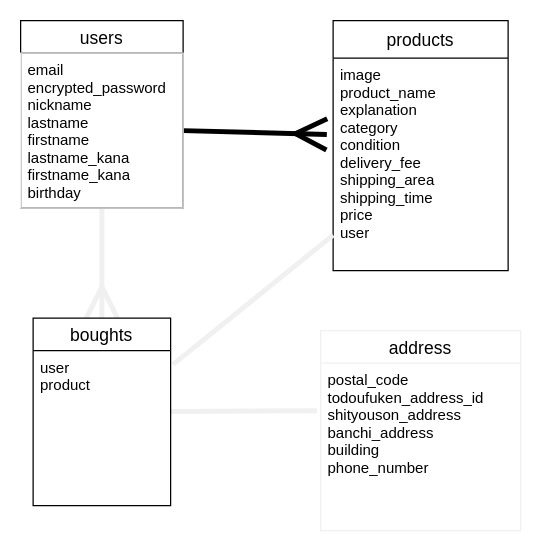
Earlier version of the draw.io diagram furima.dio (shintarou-satou/furima-31153). Source tidied: cells renumbered, new cells numbered last; positions are measured from the earlier drawing's top-left corner, leaving out a move shared by most shapes. Both pictures are drawn from the tidied source at 125%, with x=0, y=0 at pixel (20, 20).
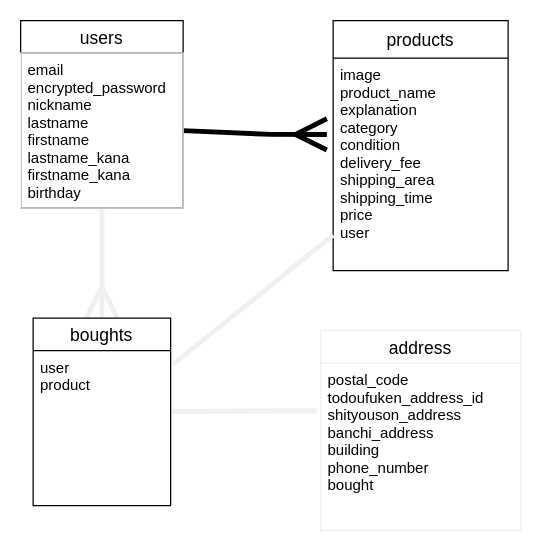
The same page after the edit.

The edit, as a diff of the source:
```diff
@@
 <mxGraphModel>
   <root>
     <mxCell id="0" />
     <mxCell id="1" parent="0" />
     <mxCell id="2" style="edgeStyle=none;rounded=0;jumpStyle=none;jettySize=auto;html=1;entryX=0.5;entryY=0;entryDx=0;entryDy=0;endArrow=ERmany;endFill=0;endSize=20;strokeColor=#f0f0f0;strokeWidth=4;" parent="1" edge="1" source="12" target="4">
       <mxGeometry relative="1" as="geometry" />
     </mxCell>
     <mxCell id="3" style="edgeStyle=none;rounded=0;jumpStyle=none;jettySize=auto;html=1;entryX=-0.019;entryY=0.284;entryDx=0;entryDy=0;entryPerimeter=0;endArrow=none;endFill=0;endSize=20;strokeColor=#f0f0f0;strokeWidth=4;" parent="1" edge="1" source="4" target="10">
       <mxGeometry relative="1" as="geometry" />
     </mxCell>
     <mxCell id="4" value="boughts" style="swimlane;fontStyle=0;horizontal=1;startSize=26;align=center;fontSize=14;" parent="1" vertex="1">
       <mxGeometry x="10" y="238" width="110" height="150" as="geometry" />
     </mxCell>
     <mxCell id="5" value="user&#10;product" style="text;strokeColor=none;fillColor=none;spacingLeft=4;spacingRight=4;overflow=hidden;points=[[0,0.5],[1,0.5]];portConstraint=eastwest;fontSize=12;" parent="4" vertex="1">
       <mxGeometry y="26" width="110" height="124" as="geometry" />
     </mxCell>
     <mxCell id="6" value="products" style="swimlane;fontStyle=0;horizontal=1;startSize=30;align=center;fontSize=14;" parent="1" vertex="1">
       <mxGeometry x="250" width="140" height="200" as="geometry" />
     </mxCell>
     <mxCell id="7" value="image&#10;product_name&#10;explanation&#10;category&#10;condition&#10;delivery_fee&#10;shipping_area&#10;shipping_time &#10;price&#10;user" style="text;strokeColor=none;fillColor=none;spacingLeft=4;spacingRight=4;overflow=hidden;points=[[0,0.5],[1,0.5]];portConstraint=eastwest;fontSize=12;" parent="6" vertex="1">
       <mxGeometry y="30" width="140" height="170" as="geometry" />
     </mxCell>
     <mxCell id="8" style="rounded=0;jettySize=auto;html=1;exitX=1;exitY=0.5;exitDx=0;exitDy=0;jumpStyle=none;endArrow=ERmany;endFill=0;strokeWidth=4;endSize=20;entryX=-0.036;entryY=0.359;entryDx=0;entryDy=0;entryPerimeter=0;" parent="1" edge="1" source="13" target="7">
-      <mxGeometry relative="1" as="geometry" />
+      <mxGeometry relative="1" as="geometry">
+        <Array as="points">
+          <mxPoint x="200" y="91" />
+        </Array>
+      </mxGeometry>
     </mxCell>
     <mxCell id="9" value="address" style="swimlane;fontStyle=0;horizontal=1;startSize=26;align=center;fontSize=14;strokeColor=#f0f0f0;" parent="1" vertex="1">
       <mxGeometry x="240" y="248" width="160" height="160" as="geometry" />
     </mxCell>
-    <mxCell id="10" value="postal_code&#10;todoufuken_address_id&#10;shityouson_address&#10;banchi_address&#10;building&#10;phone_number" style="text;strokeColor=none;fillColor=none;spacingLeft=4;spacingRight=4;overflow=hidden;points=[[0,0.5],[1,0.5]];portConstraint=eastwest;fontSize=12;" parent="9" vertex="1">
+    <mxCell id="10" value="postal_code&#10;todoufuken_address_id&#10;shityouson_address&#10;banchi_address&#10;building&#10;phone_number&#10;bought" style="text;strokeColor=none;fillColor=none;spacingLeft=4;spacingRight=4;overflow=hidden;points=[[0,0.5],[1,0.5]];portConstraint=eastwest;fontSize=12;" parent="9" vertex="1">
       <mxGeometry y="26" width="160" height="134" as="geometry" />
     </mxCell>
     <mxCell id="11" style="edgeStyle=none;rounded=0;jumpStyle=none;jettySize=auto;html=1;entryX=1.018;entryY=0.089;entryDx=0;entryDy=0;entryPerimeter=0;endArrow=none;endFill=0;endSize=20;strokeColor=#f0f0f0;strokeWidth=4;" parent="1" edge="1" source="7" target="5">
       <mxGeometry relative="1" as="geometry" />
     </mxCell>
     <mxCell id="12" value="users" style="swimlane;fontStyle=0;horizontal=1;startSize=26;align=center;fontSize=14;" parent="1" vertex="1">
       <mxGeometry width="130" height="150" as="geometry" />
     </mxCell>
     <mxCell id="13" value="email &#10;encrypted_password&#10;nickname&#10;lastname&#10;firstname&#10;lastname_kana&#10;firstname_kana&#10;birthday" style="text;fillColor=none;spacingLeft=4;spacingRight=4;overflow=hidden;points=[[0,0.5],[1,0.5]];portConstraint=eastwest;fontSize=12;strokeColor=#f0f0f0;" parent="12" vertex="1">
       <mxGeometry y="26" width="130" height="124" as="geometry" />
     </mxCell>
   </root>
 </mxGraphModel>
```
